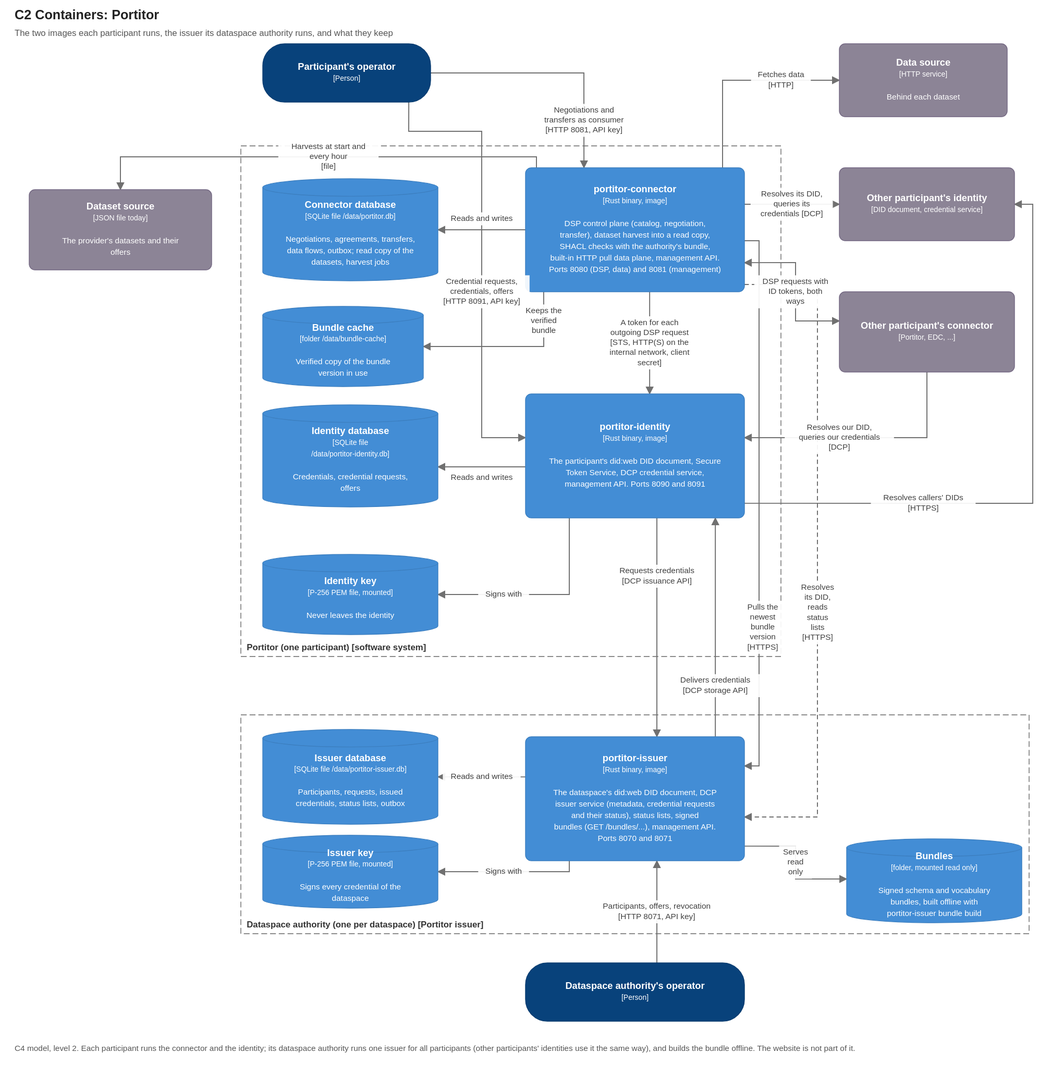
The draw.io diagram docs/diagrams/c2-containers.drawio.svg in brunopacheco1/portitor, before a commit. Source tidied: cells renumbered, new cells last; positions are measured from the earlier drawing's top-left corner, leaving out a move shared by most shapes.
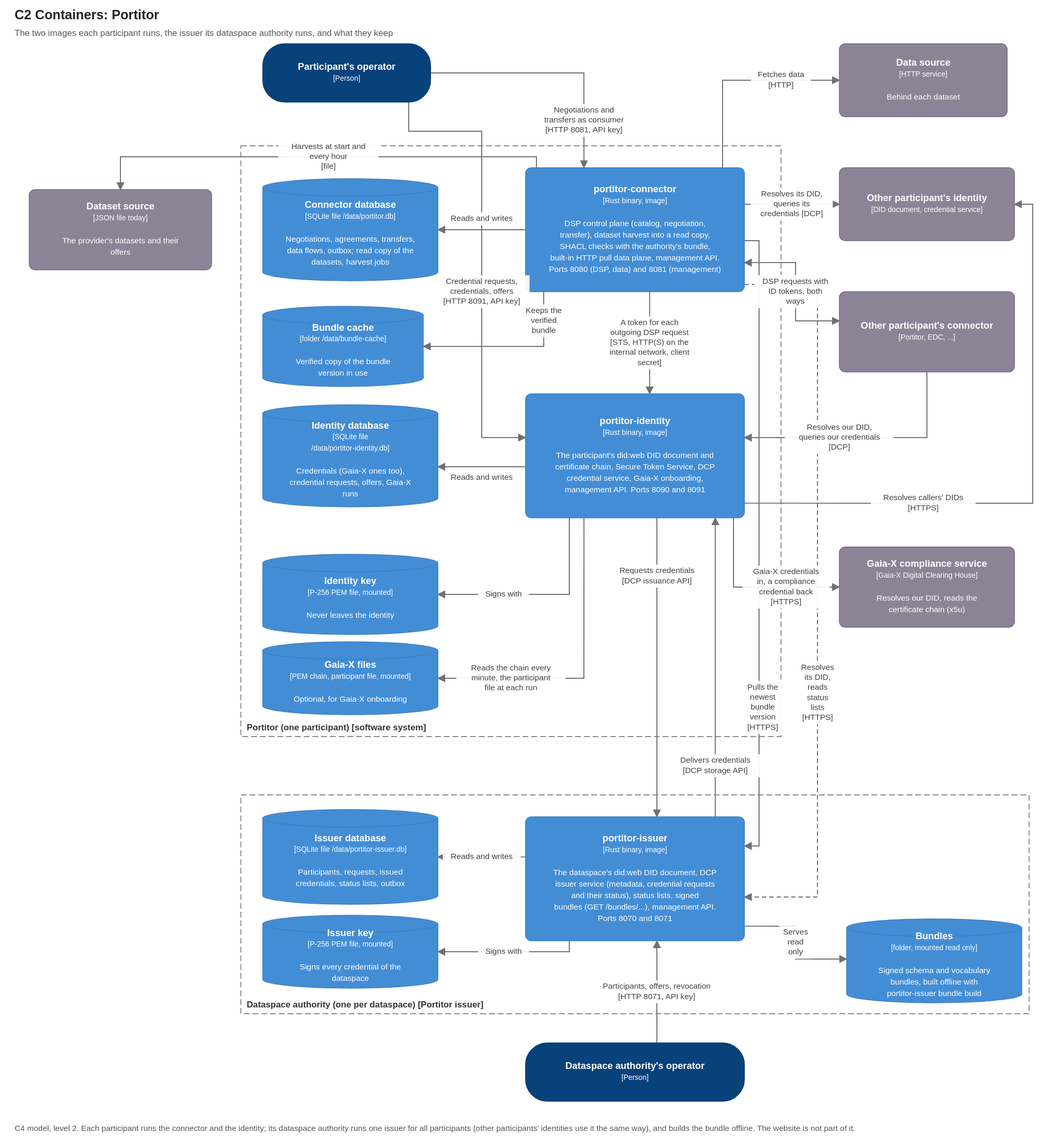
After the commit.

Commit message:
Docs: draw the 0.8 Gaia-X pieces in the C4 diagrams

What changed in the source:
```diff
@@ -3,7 +3,7 @@
     <mxCell id="0" />
     <mxCell id="1" parent="0" />
     <mxCell id="2" value="Portitor (one participant)  [software system]" style="rounded=0;whiteSpace=wrap;html=1;fillColor=none;dashed=1;dashPattern=8 4;strokeColor=#666666;fontColor=#333333;align=left;verticalAlign=bottom;spacingLeft=8;spacingBottom=4;fontSize=12;fontStyle=1;" parent="1" vertex="1">
-      <mxGeometry x="310" y="140" width="740" height="700" as="geometry" />
+      <mxGeometry x="310" y="140" width="740" height="810" as="geometry" />
     </mxCell>
     <mxCell id="3" value="&lt;b&gt;Participant&amp;#x27;s operator&lt;/b&gt;&lt;br&gt;&lt;font style=&quot;font-size:10px&quot;&gt;[Person]&lt;/font&gt;" style="rounded=1;arcSize=30;whiteSpace=wrap;html=1;fillColor=#08427B;strokeColor=#073B6F;fontColor=#FFFFFF;fontSize=13;align=center;verticalAlign=middle;c4Kind=person;c4Name=Participant's operator;" parent="1" vertex="1">
       <mxGeometry x="340" width="230" height="80" as="geometry" />
@@ -14,13 +14,13 @@
     <mxCell id="5" value="&lt;b&gt;portitor-connector&lt;/b&gt;&lt;br&gt;&lt;font style=&quot;font-size:10px&quot;&gt;[Rust binary, image]&lt;/font&gt;&lt;br&gt;&lt;br&gt;&lt;font style=&quot;font-size:11px&quot;&gt;DSP control plane (catalog, negotiation, transfer), dataset harvest into a read copy, SHACL checks with the authority&amp;#x27;s bundle, built-in HTTP pull data plane, management API. Ports 8080 (DSP, data) and 8081 (management)&lt;/font&gt;" style="rounded=1;arcSize=8;whiteSpace=wrap;html=1;fillColor=#438DD5;strokeColor=#3C7FC0;fontColor=#FFFFFF;fontSize=13;align=center;verticalAlign=middle;c4Kind=container;c4Name=portitor-connector;" parent="1" vertex="1">
       <mxGeometry x="700" y="170" width="300" height="170" as="geometry" />
     </mxCell>
-    <mxCell id="6" value="&lt;b&gt;portitor-identity&lt;/b&gt;&lt;br&gt;&lt;font style=&quot;font-size:10px&quot;&gt;[Rust binary, image]&lt;/font&gt;&lt;br&gt;&lt;br&gt;&lt;font style=&quot;font-size:11px&quot;&gt;The participant&amp;#x27;s did:web DID document, Secure Token Service, DCP credential service, management API. Ports 8090 and 8091&lt;/font&gt;" style="rounded=1;arcSize=8;whiteSpace=wrap;html=1;fillColor=#438DD5;strokeColor=#3C7FC0;fontColor=#FFFFFF;fontSize=13;align=center;verticalAlign=middle;c4Kind=container;c4Name=portitor-identity;" parent="1" vertex="1">
+    <mxCell id="6" value="&lt;b&gt;portitor-identity&lt;/b&gt;&lt;br&gt;&lt;font style=&quot;font-size:10px&quot;&gt;[Rust binary, image]&lt;/font&gt;&lt;br&gt;&lt;br&gt;&lt;font style=&quot;font-size:11px&quot;&gt;The participant&amp;#x27;s did:web DID document and certificate chain, Secure Token Service, DCP credential service, Gaia-X onboarding, management API. Ports 8090 and 8091&lt;/font&gt;" style="rounded=1;arcSize=8;whiteSpace=wrap;html=1;fillColor=#438DD5;strokeColor=#3C7FC0;fontColor=#FFFFFF;fontSize=13;align=center;verticalAlign=middle;c4Kind=container;c4Name=portitor-identity;" parent="1" vertex="1">
       <mxGeometry x="700" y="480" width="300" height="170" as="geometry" />
     </mxCell>
     <mxCell id="7" value="&lt;b&gt;Connector database&lt;/b&gt;&lt;br&gt;&lt;font style=&quot;font-size:10px&quot;&gt;[SQLite file /data/portitor.db]&lt;/font&gt;&lt;br&gt;&lt;br&gt;&lt;font style=&quot;font-size:11px&quot;&gt;Negotiations, agreements, transfers, data flows, outbox; read copy of the datasets, harvest jobs&lt;/font&gt;" style="shape=cylinder3;size=12;boundedLbl=1;whiteSpace=wrap;html=1;fillColor=#438DD5;strokeColor=#3C7FC0;fontColor=#FFFFFF;fontSize=13;align=center;verticalAlign=middle;c4Kind=database;c4Name=Connector database;" parent="1" vertex="1">
       <mxGeometry x="340" y="185" width="240" height="140" as="geometry" />
     </mxCell>
-    <mxCell id="8" value="&lt;b&gt;Identity database&lt;/b&gt;&lt;br&gt;&lt;font style=&quot;font-size:10px&quot;&gt;[SQLite file /data/portitor-identity.db]&lt;/font&gt;&lt;br&gt;&lt;br&gt;&lt;font style=&quot;font-size:11px&quot;&gt;Credentials, credential requests, offers&lt;/font&gt;" style="shape=cylinder3;size=12;boundedLbl=1;whiteSpace=wrap;html=1;fillColor=#438DD5;strokeColor=#3C7FC0;fontColor=#FFFFFF;fontSize=13;align=center;verticalAlign=middle;c4Kind=database;c4Name=Identity database;" parent="1" vertex="1">
+    <mxCell id="8" value="&lt;b&gt;Identity database&lt;/b&gt;&lt;br&gt;&lt;font style=&quot;font-size:10px&quot;&gt;[SQLite file /data/portitor-identity.db]&lt;/font&gt;&lt;br&gt;&lt;br&gt;&lt;font style=&quot;font-size:11px&quot;&gt;Credentials (Gaia-X ones too), credential requests, offers, Gaia-X runs&lt;/font&gt;" style="shape=cylinder3;size=12;boundedLbl=1;whiteSpace=wrap;html=1;fillColor=#438DD5;strokeColor=#3C7FC0;fontColor=#FFFFFF;fontSize=13;align=center;verticalAlign=middle;c4Kind=database;c4Name=Identity database;" parent="1" vertex="1">
       <mxGeometry x="340" y="495" width="240" height="140" as="geometry" />
     </mxCell>
     <mxCell id="9" value="&lt;b&gt;Identity key&lt;/b&gt;&lt;br&gt;&lt;font style=&quot;font-size:10px&quot;&gt;[P-256 PEM file, mounted]&lt;/font&gt;&lt;br&gt;&lt;br&gt;&lt;font style=&quot;font-size:11px&quot;&gt;Never leaves the identity&lt;/font&gt;" style="shape=cylinder3;size=12;boundedLbl=1;whiteSpace=wrap;html=1;fillColor=#438DD5;strokeColor=#3C7FC0;fontColor=#FFFFFF;fontSize=13;align=center;verticalAlign=middle;c4Kind=database;c4Name=Identity key;" parent="1" vertex="1">
@@ -90,19 +90,19 @@
       </mxGeometry>
     </mxCell>
     <mxCell id="22" value="Dataspace authority (one per dataspace)  [Portitor issuer]" style="rounded=0;whiteSpace=wrap;html=1;fillColor=none;dashed=1;dashPattern=8 4;strokeColor=#666666;fontColor=#333333;align=left;verticalAlign=bottom;spacingLeft=8;spacingBottom=4;fontSize=12;fontStyle=1;" parent="1" vertex="1">
-      <mxGeometry x="310" y="920" width="1080" height="300" as="geometry" />
+      <mxGeometry x="310" y="1030" width="1080" height="300" as="geometry" />
     </mxCell>
     <mxCell id="23" value="&lt;b&gt;portitor-issuer&lt;/b&gt;&lt;br&gt;&lt;font style=&quot;font-size:10px&quot;&gt;[Rust binary, image]&lt;/font&gt;&lt;br&gt;&lt;br&gt;&lt;font style=&quot;font-size:11px&quot;&gt;The dataspace&amp;#x27;s did:web DID document, DCP issuer service (metadata, credential requests and their status), status lists, signed bundles (GET /bundles/...), management API. Ports 8070 and 8071&lt;/font&gt;" style="rounded=1;arcSize=8;whiteSpace=wrap;html=1;fillColor=#438DD5;strokeColor=#3C7FC0;fontColor=#FFFFFF;fontSize=13;align=center;verticalAlign=middle;c4Kind=container;c4Name=portitor-issuer;" parent="1" vertex="1">
-      <mxGeometry x="700" y="950" width="300" height="170" as="geometry" />
+      <mxGeometry x="700" y="1060" width="300" height="170" as="geometry" />
     </mxCell>
     <mxCell id="24" value="&lt;b&gt;Issuer database&lt;/b&gt;&lt;br&gt;&lt;font style=&quot;font-size:10px&quot;&gt;[SQLite file /data/portitor-issuer.db]&lt;/font&gt;&lt;br&gt;&lt;br&gt;&lt;font style=&quot;font-size:11px&quot;&gt;Participants, requests, issued credentials, status lists, outbox&lt;/font&gt;" style="shape=cylinder3;size=12;boundedLbl=1;whiteSpace=wrap;html=1;fillColor=#438DD5;strokeColor=#3C7FC0;fontColor=#FFFFFF;fontSize=13;align=center;verticalAlign=middle;c4Kind=database;c4Name=Issuer database;" parent="1" vertex="1">
-      <mxGeometry x="340" y="940" width="240" height="130" as="geometry" />
+      <mxGeometry x="340" y="1050" width="240" height="130" as="geometry" />
     </mxCell>
     <mxCell id="25" value="&lt;b&gt;Issuer key&lt;/b&gt;&lt;br&gt;&lt;font style=&quot;font-size:10px&quot;&gt;[P-256 PEM file, mounted]&lt;/font&gt;&lt;br&gt;&lt;br&gt;&lt;font style=&quot;font-size:11px&quot;&gt;Signs every credential of the dataspace&lt;/font&gt;" style="shape=cylinder3;size=12;boundedLbl=1;whiteSpace=wrap;html=1;fillColor=#438DD5;strokeColor=#3C7FC0;fontColor=#FFFFFF;fontSize=13;align=center;verticalAlign=middle;c4Kind=database;c4Name=Issuer key;" parent="1" vertex="1">
-      <mxGeometry x="340" y="1085" width="240" height="100" as="geometry" />
+      <mxGeometry x="340" y="1195" width="240" height="100" as="geometry" />
     </mxCell>
     <mxCell id="26" value="&lt;b&gt;Dataspace authority&amp;#x27;s operator&lt;/b&gt;&lt;br&gt;&lt;font style=&quot;font-size:10px&quot;&gt;[Person]&lt;/font&gt;" style="rounded=1;arcSize=30;whiteSpace=wrap;html=1;fillColor=#08427B;strokeColor=#073B6F;fontColor=#FFFFFF;fontSize=13;align=center;verticalAlign=middle;c4Kind=person;c4Name=Dataspace authority's operator;" parent="1" vertex="1">
-      <mxGeometry x="700" y="1260" width="300" height="80" as="geometry" />
+      <mxGeometry x="700" y="1370" width="300" height="80" as="geometry" />
     </mxCell>
     <mxCell id="27" value="Requests credentials&#10;[DCP issuance API]" style="endArrow=blockThin;endFill=1;html=1;rounded=0;strokeColor=#707070;fontSize=11;fontColor=#404040;labelBackgroundColor=#FFFFFF;exitX=0.600;exitY=1.000;exitPerimeter=0;entryX=0.600;entryY=0.000;entryPerimeter=0;" parent="1" edge="1" source="6" target="23">
       <mxGeometry relative="1" as="geometry" />
@@ -114,7 +114,7 @@
       <mxGeometry relative="1" as="geometry">
         <Array as="points">
           <mxPoint x="1100" y="330" />
-          <mxPoint x="1100" y="1060" />
+          <mxPoint x="1100" y="1170" />
         </Array>
       </mxGeometry>
     </mxCell>
@@ -124,7 +124,7 @@
     <mxCell id="31" value="Signs with" style="endArrow=blockThin;endFill=1;html=1;rounded=0;strokeColor=#707070;fontSize=11;fontColor=#404040;labelBackgroundColor=#FFFFFF;exitX=0.200;exitY=1.000;exitPerimeter=0;entryX=1.000;entryY=0.500;entryPerimeter=0;" parent="1" edge="1" source="23" target="25">
       <mxGeometry relative="1" as="geometry">
         <Array as="points">
-          <mxPoint x="760" y="1135" />
+          <mxPoint x="760" y="1245" />
         </Array>
       </mxGeometry>
     </mxCell>
@@ -161,13 +161,13 @@
       </mxGeometry>
     </mxCell>
     <mxCell id="38" value="&lt;b&gt;Bundles&lt;/b&gt;&lt;br&gt;&lt;font style=&quot;font-size:10px&quot;&gt;[folder, mounted read only]&lt;/font&gt;&lt;br&gt;&lt;br&gt;&lt;font style=&quot;font-size:11px&quot;&gt;Signed schema and vocabulary bundles, built offline with portitor-issuer bundle build&lt;/font&gt;" style="shape=cylinder3;size=12;boundedLbl=1;whiteSpace=wrap;html=1;fillColor=#438DD5;strokeColor=#3C7FC0;fontColor=#FFFFFF;fontSize=13;align=center;verticalAlign=middle;c4Kind=database;c4Name=Bundles;" parent="1" vertex="1">
-      <mxGeometry x="1140" y="1090" width="240" height="115" as="geometry" />
+      <mxGeometry x="1140" y="1200" width="240" height="115" as="geometry" />
     </mxCell>
     <mxCell id="39" value="Serves read only" style="endArrow=blockThin;endFill=1;html=1;rounded=0;strokeColor=#707070;fontSize=11;fontColor=#404040;labelBackgroundColor=#FFFFFF;exitX=1.000;exitY=0.882;exitPerimeter=0;entryX=0.000;entryY=0.478;entryPerimeter=0;" parent="1" edge="1" source="23" target="38">
       <mxGeometry relative="1" as="geometry">
         <Array as="points">
-          <mxPoint x="1070" y="1100" />
-          <mxPoint x="1070" y="1145" />
+          <mxPoint x="1070" y="1210" />
+          <mxPoint x="1070" y="1255" />
         </Array>
       </mxGeometry>
     </mxCell>
@@ -175,12 +175,32 @@
       <mxGeometry relative="1" as="geometry">
         <Array as="points">
           <mxPoint x="1020" y="270" />
-          <mxPoint x="1020" y="990" />
+          <mxPoint x="1020" y="1100" />
         </Array>
       </mxGeometry>
     </mxCell>
+    <mxCell id="42" value="&lt;b&gt;Gaia-X files&lt;/b&gt;&lt;br&gt;&lt;font style=&quot;font-size:10px&quot;&gt;[PEM chain, participant file, mounted]&lt;/font&gt;&lt;br&gt;&lt;br&gt;&lt;font style=&quot;font-size:11px&quot;&gt;Optional, for Gaia-X onboarding&lt;/font&gt;" style="shape=cylinder3;size=12;boundedLbl=1;whiteSpace=wrap;html=1;fillColor=#438DD5;strokeColor=#3C7FC0;fontColor=#FFFFFF;fontSize=13;align=center;verticalAlign=middle;c4Kind=database;c4Name=Gaia-X files;" parent="1" vertex="1">
+      <mxGeometry x="340" y="820" width="240" height="100" as="geometry" />
+    </mxCell>
+    <mxCell id="43" value="Reads the chain every minute, the participant file at each run" style="endArrow=blockThin;endFill=1;html=1;rounded=0;strokeColor=#707070;fontSize=11;fontColor=#404040;labelBackgroundColor=#FFFFFF;exitX=0.267;exitY=1.000;exitPerimeter=0;entryX=1.000;entryY=0.500;entryPerimeter=0;" parent="1" edge="1" source="6" target="42">
+      <mxGeometry relative="1" as="geometry">
+        <Array as="points">
+          <mxPoint x="780" y="870" />
+        </Array>
+      </mxGeometry>
+    </mxCell>
+    <mxCell id="44" value="&lt;b&gt;Gaia-X compliance service&lt;/b&gt;&lt;br&gt;&lt;font style=&quot;font-size:10px&quot;&gt;[Gaia-X Digital Clearing House]&lt;/font&gt;&lt;br&gt;&lt;br&gt;&lt;font style=&quot;font-size:11px&quot;&gt;Resolves our DID, reads the certificate chain (x5u)&lt;/font&gt;" style="rounded=1;arcSize=8;whiteSpace=wrap;html=1;fillColor=#8C8496;strokeColor=#736782;fontColor=#FFFFFF;fontSize=13;align=center;verticalAlign=middle;c4Kind=external;c4Name=Gaia-X compliance service;" parent="1" vertex="1">
+      <mxGeometry x="1130" y="690" width="240" height="110" as="geometry" />
+    </mxCell>
+    <mxCell id="45" value="Gaia-X credentials in, a compliance credential back&#10;[HTTPS]" style="endArrow=blockThin;endFill=1;html=1;rounded=0;strokeColor=#707070;fontSize=11;fontColor=#404040;labelBackgroundColor=#FFFFFF;exitX=0.950;exitY=1.000;exitPerimeter=0;entryX=0.000;entryY=0.500;entryPerimeter=0;" parent="1" edge="1" source="6" target="44">
+      <mxGeometry relative="1" as="geometry">
+        <Array as="points">
+          <mxPoint x="985" y="745" />
+        </Array>
+      </mxGeometry>
+    </mxCell>
     <mxCell id="41" value="C4 model, level 2. Each participant runs the connector and the identity; its dataspace authority runs one issuer for all participants (other participants' identities use it the same way), and builds the bundle offline. The website is not part of it." style="text;html=1;align=left;verticalAlign=top;fontSize=11;fontColor=#555555;whiteSpace=wrap;" parent="1" vertex="1">
-      <mxGeometry y="1360" width="1400" height="40" as="geometry" />
+      <mxGeometry y="1470" width="1400" height="40" as="geometry" />
     </mxCell>
   </root>
 </mxGraphModel>
```
